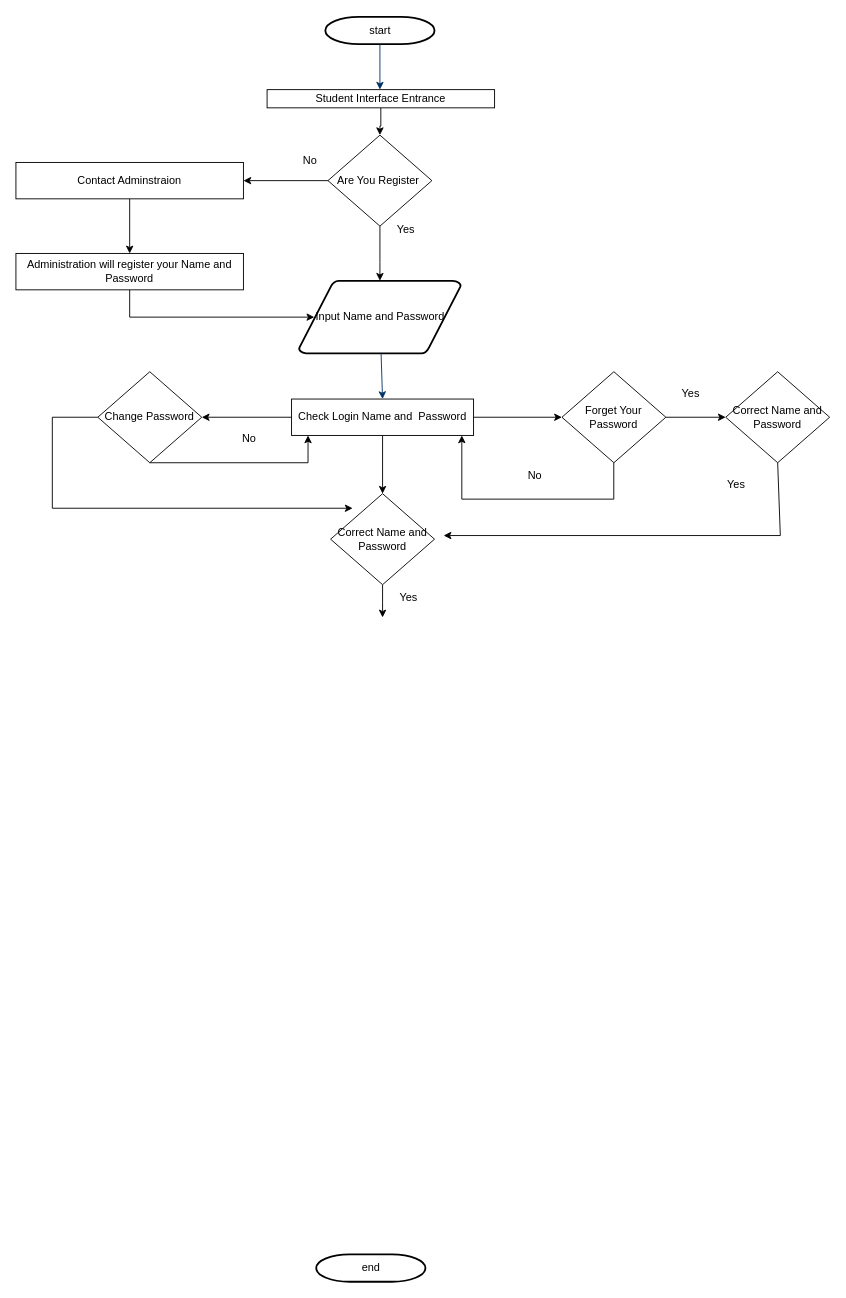
Above: Flowchart Diagram.drawio in Abbsokhan/Abbasokhan (draw.io), before the change. Source tidied: cells renumbered, new cells numbered last; positions are measured from the earlier drawing's top-left corner, leaving out a move shared by most shapes. Both pictures are drawn from the tidied source at 91%, with x=0, y=0 at pixel (15, 16).
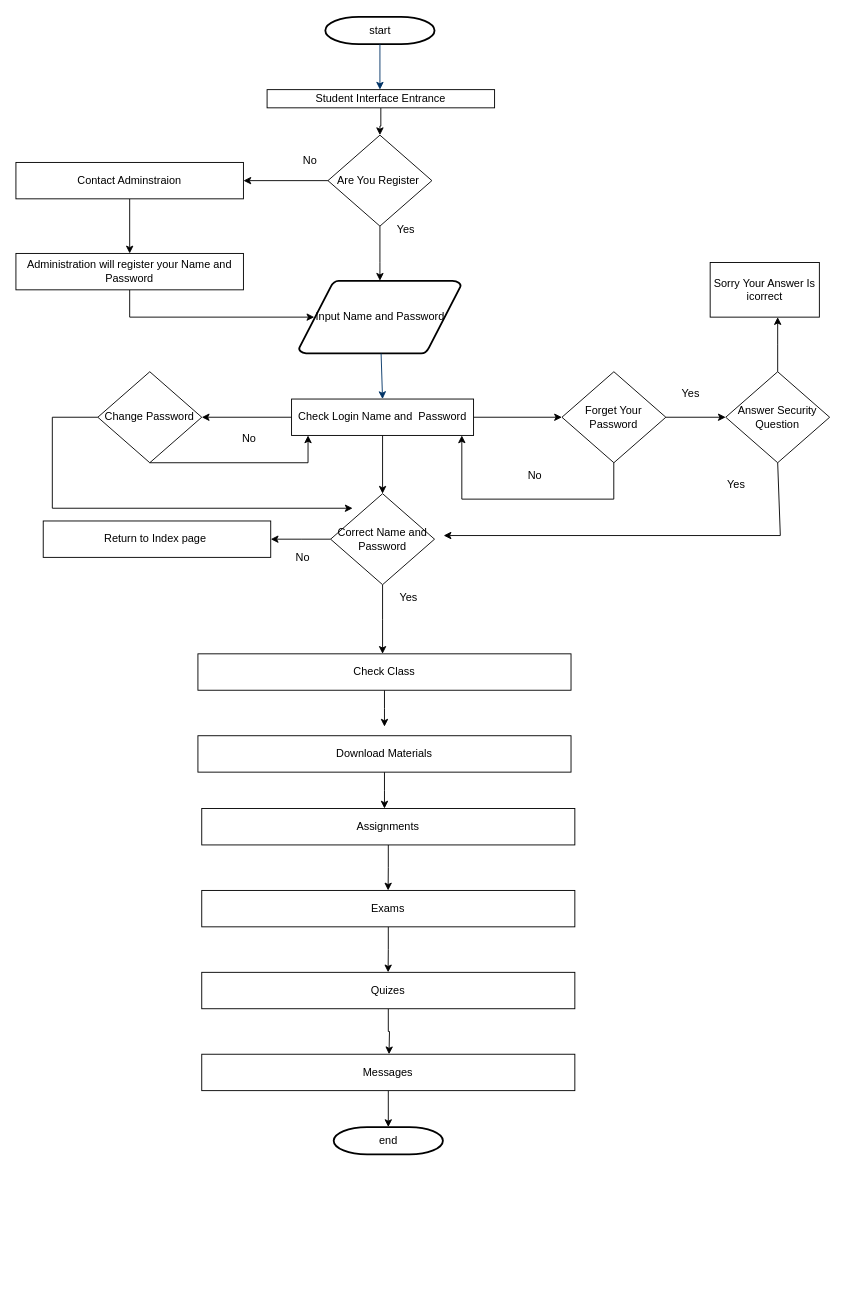
The same page after the edit.

The change refers to these unchanged cells:
```xml
<mxCell id="13" value="Correct Name and Password" style="rhombus;whiteSpace=wrap;html=1;" parent="1" vertex="1">
  <mxGeometry x="345.8" y="524" width="114.2" height="100" as="geometry" />
</mxCell>
```

What changed in the source:
```diff
@@
     <mxCell id="8" value="end" style="shape=mxgraph.flowchart.terminator;strokeWidth=2;gradientColor=none;gradientDirection=north;fontStyle=0;html=1;" parent="1" vertex="1">
-      <mxGeometry x="330" y="1360" width="120" height="30" as="geometry" />
+      <mxGeometry x="349.2" y="1220" width="120" height="30" as="geometry" />
     </mxCell>
@@
-    <mxCell id="12" style="edgeStyle=orthogonalEdgeStyle;rounded=0;jettySize=auto;html=1;" parent="1" edge="1" source="13">
-      <mxGeometry relative="1" as="geometry">
-        <mxPoint x="402.9" y="660" as="targetPoint" />
-      </mxGeometry>
-    </mxCell>
+    <mxCell id="37" style="edgeStyle=orthogonalEdgeStyle;rounded=0;jettySize=auto;html=1;" parent="1" edge="1" source="13">
+      <mxGeometry relative="1" as="geometry">
+        <mxPoint x="280" y="574" as="targetPoint" />
+      </mxGeometry>
+    </mxCell>
+    <mxCell id="38" style="edgeStyle=orthogonalEdgeStyle;rounded=0;jettySize=auto;html=1;" parent="1" edge="1" source="13">
+      <mxGeometry relative="1" as="geometry">
+        <mxPoint x="402.9" y="700" as="targetPoint" />
+      </mxGeometry>
+    </mxCell>
@@
+    <mxCell id="39" style="edgeStyle=orthogonalEdgeStyle;rounded=0;jettySize=auto;html=1;" parent="1" edge="1" source="27">
+      <mxGeometry relative="1" as="geometry">
+        <mxPoint x="837.1" y="330" as="targetPoint" />
+      </mxGeometry>
+    </mxCell>
-    <mxCell id="27" value="Correct Name and Password" style="rhombus;whiteSpace=wrap;html=1;" parent="1" vertex="1">
+    <mxCell id="27" value="Answer Security Question" style="rhombus;whiteSpace=wrap;html=1;" parent="1" vertex="1">
       <mxGeometry x="780" y="390" width="114.2" height="100" as="geometry" />
     </mxCell>
@@
+    <mxCell id="40" value="No" style="text;fontStyle=0;html=1;strokeColor=none;gradientColor=none;fillColor=none;strokeWidth=2;align=center;" parent="1" vertex="1">
+      <mxGeometry x="295" y="580" width="40" height="26" as="geometry" />
+    </mxCell>
+    <mxCell id="41" value="Return to Index page&amp;nbsp;" style="rounded=0;whiteSpace=wrap;html=1;" parent="1" vertex="1">
+      <mxGeometry x="30" y="554" width="250" height="40" as="geometry" />
+    </mxCell>
+    <mxCell id="42" style="edgeStyle=orthogonalEdgeStyle;rounded=0;jettySize=auto;html=1;" parent="1" edge="1" source="43">
+      <mxGeometry relative="1" as="geometry">
+        <mxPoint x="405" y="780" as="targetPoint" />
+      </mxGeometry>
+    </mxCell>
+    <mxCell id="43" value="Check Class" style="rounded=0;whiteSpace=wrap;html=1;" parent="1" vertex="1">
+      <mxGeometry x="200" y="700" width="410" height="40" as="geometry" />
+    </mxCell>
+    <mxCell id="44" style="edgeStyle=orthogonalEdgeStyle;rounded=0;jettySize=auto;html=1;" parent="1" edge="1" source="45">
+      <mxGeometry relative="1" as="geometry">
+        <mxPoint x="405" y="870" as="targetPoint" />
+      </mxGeometry>
+    </mxCell>
+    <mxCell id="45" value="Download Materials" style="rounded=0;whiteSpace=wrap;html=1;" parent="1" vertex="1">
+      <mxGeometry x="200" y="790" width="410" height="40" as="geometry" />
+    </mxCell>
+    <mxCell id="46" style="edgeStyle=orthogonalEdgeStyle;rounded=0;jettySize=auto;html=1;" parent="1" edge="1" source="47">
+      <mxGeometry relative="1" as="geometry">
+        <mxPoint x="410" y="1140" as="targetPoint" />
+      </mxGeometry>
+    </mxCell>
+    <mxCell id="47" value="Quizes" style="rounded=0;whiteSpace=wrap;html=1;" parent="1" vertex="1">
+      <mxGeometry x="204.2" y="1050" width="410" height="40" as="geometry" />
+    </mxCell>
+    <mxCell id="48" style="edgeStyle=orthogonalEdgeStyle;rounded=0;jettySize=auto;html=1;" parent="1" edge="1" source="49">
+      <mxGeometry relative="1" as="geometry">
+        <mxPoint x="409" y="960" as="targetPoint" />
+      </mxGeometry>
+    </mxCell>
+    <mxCell id="49" value="Assignments" style="rounded=0;whiteSpace=wrap;html=1;" parent="1" vertex="1">
+      <mxGeometry x="204.2" y="870" width="410" height="40" as="geometry" />
+    </mxCell>
+    <mxCell id="50" style="edgeStyle=orthogonalEdgeStyle;rounded=0;jettySize=auto;html=1;" parent="1" edge="1" source="51">
+      <mxGeometry relative="1" as="geometry">
+        <mxPoint x="409" y="1050" as="targetPoint" />
+      </mxGeometry>
+    </mxCell>
+    <mxCell id="51" value="Exams" style="rounded=0;whiteSpace=wrap;html=1;" parent="1" vertex="1">
+      <mxGeometry x="204.2" y="960" width="410" height="40" as="geometry" />
+    </mxCell>
+    <mxCell id="52" style="edgeStyle=orthogonalEdgeStyle;rounded=0;jettySize=auto;html=1;entryX=0.5;entryY=0;entryDx=0;entryDy=0;entryPerimeter=0;" parent="1" edge="1" source="53" target="8">
+      <mxGeometry relative="1" as="geometry" />
+    </mxCell>
+    <mxCell id="53" value="Messages" style="rounded=0;whiteSpace=wrap;html=1;" parent="1" vertex="1">
+      <mxGeometry x="204.2" y="1140" width="410" height="40" as="geometry" />
+    </mxCell>
+    <mxCell id="54" value="Sorry Your Answer Is icorrect" style="rounded=0;whiteSpace=wrap;html=1;" parent="1" vertex="1">
+      <mxGeometry x="762.9" y="270" width="120" height="60" as="geometry" />
+    </mxCell>
```
